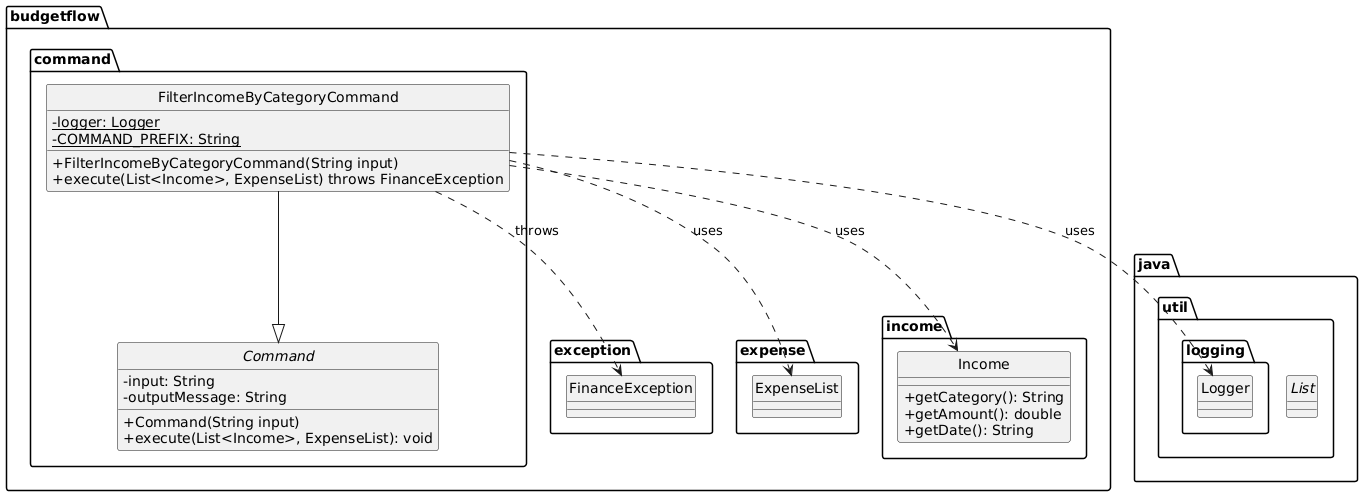
This is docs/diagrams/FilterIncomeByCategoryCommandClass.png from thienkimtranhoang/tp, a PlantUML export, as it was before one commit.
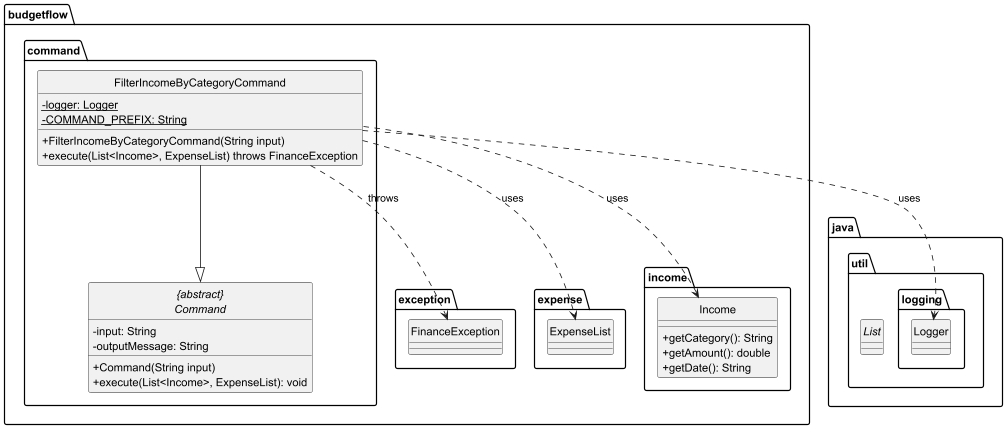
The same file after the commit.

Commit message:
update puml for abstract classes to have {abstract} and some sequence diagrams to be updated with ":"

Change to the diagram source:
```diff
@@ -3,7 +3,7 @@
 skinparam classAttributeIconSize 0
 
 package budgetflow.command {
-    abstract class Command {
+    abstract class "{abstract}\nCommand" {
         - input: String
         - outputMessage: String
         + Command(String input)
@@ -17,7 +17,7 @@
         + execute(List<Income>, ExpenseList) throws FinanceException
     }
 
-    FilterIncomeByCategoryCommand --|> Command
+    FilterIncomeByCategoryCommand --|> "{abstract}\nCommand"
 }
 
 package budgetflow.exception {
```
